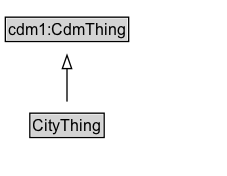
This is docs/diagrams/CityThing.dot.png from ISO-TC204/ontology-cdm-p2-v1, a Graphviz export, as it was before one commit. Its source is kept beside it as docs/diagrams/CityThing.dot.
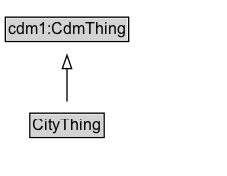
After the change.

The edit, as a diff of the source:
```diff
@@ -3,13 +3,16 @@
 	node [fontname=Arial fontsize=12 margin=0 shape=none]
 	edge [fontname=Arial fontsize=11]
 	{
+		rank=source
+		cdm1_CdmThing [label=<<TABLE BORDER="1" CELLBORDER="0" CELLSPACING="0" CELLPADDING="1"><TR><TD BGCOLOR="lightgray" ALIGN="CENTER">cdm1:CdmThing</TD></TR></TABLE>> URL="https://w3id.org/citydata/part1/v1/CdmThing" margin=0]
+	}
+	CityThing [label=<<TABLE BORDER="1" CELLBORDER="0" CELLSPACING="0" CELLPADDING="1"><TR><TD BGCOLOR="lightgray" ALIGN="CENTER">CityThing</TD></TR></TABLE>> URL="../CityThing" margin=0]
+	{
 		rank=max
-		CityThing [label=<<TABLE BORDER="1" CELLBORDER="0" CELLSPACING="0" CELLPADDING="1"><TR><TD BGCOLOR="lightgray" ALIGN="CENTER" PORT="e">CityThing</TD></TR></TABLE>> URL="../CityThing.md" margin=0]
 	}
 	subgraph cluster_associated {
 		label="" style=invis
 		Invis [label=<<TABLE BORDER="0" CELLBORDER="0" CELLSPACING="0" CELLPADDING="1"><TR><TD></TD></TR></TABLE>> margin=0 style=invis]
 	}
-	cdm1_CdmThing [label=<<TABLE BORDER="1" CELLBORDER="0" CELLSPACING="0" CELLPADDING="1"><TR><TD BGCOLOR="lightgray" ALIGN="CENTER">cdm1:CdmThing</TD></TR></TABLE>> margin=0]
 	CityThing -> cdm1_CdmThing [arrowhead=onormal style=solid]
 }
```
